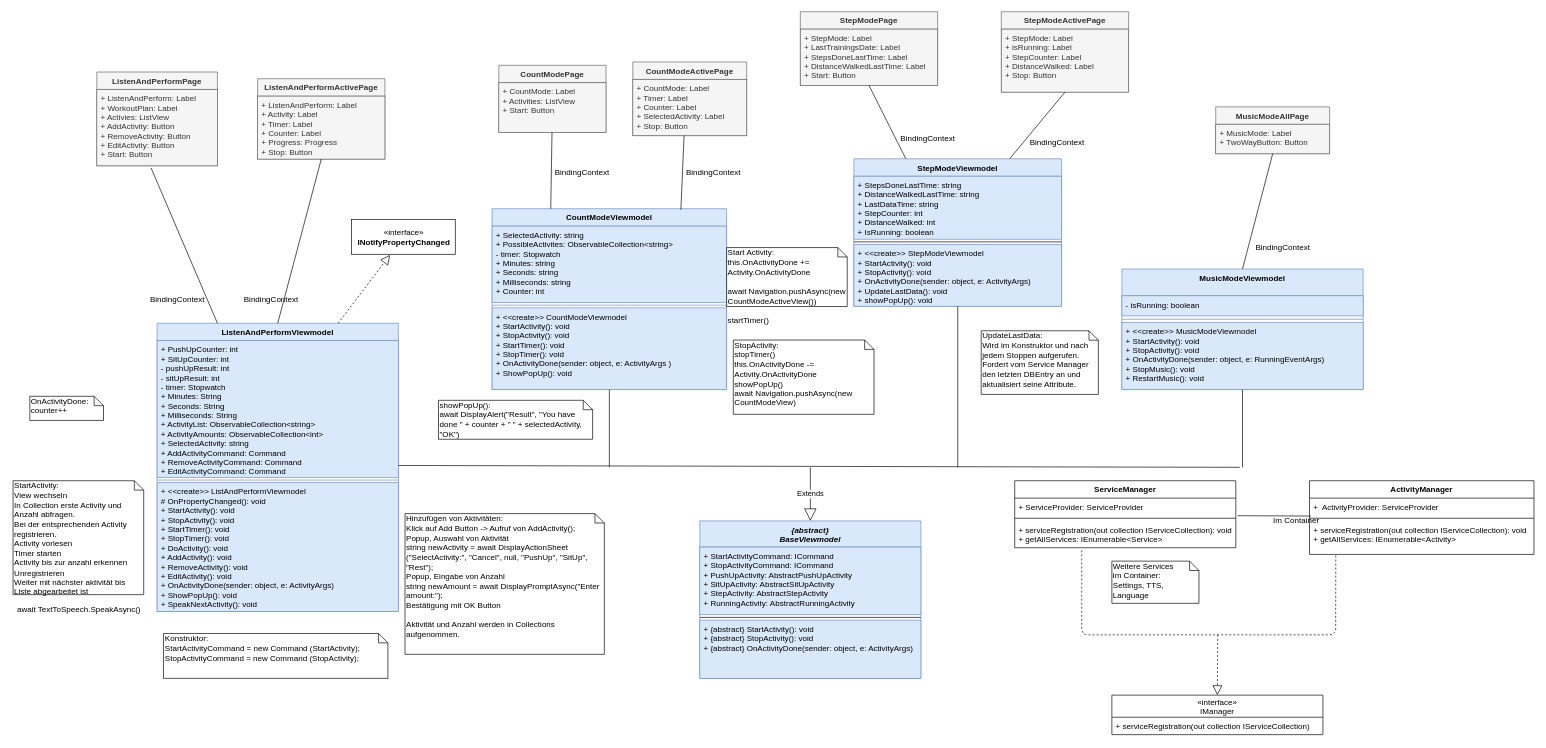
This is Entwurf/WeitereViewmodels.drawio from vlle1/dokumente-earablesKIT, a draw.io file, before an edit. Source tidied: cells renumbered, new cells numbered last; positions are measured from the earlier drawing's top-left corner, leaving out a move shared by most shapes. Both pictures are drawn from the tidied source at 67%, with x=0, y=0 at pixel (11, 11).
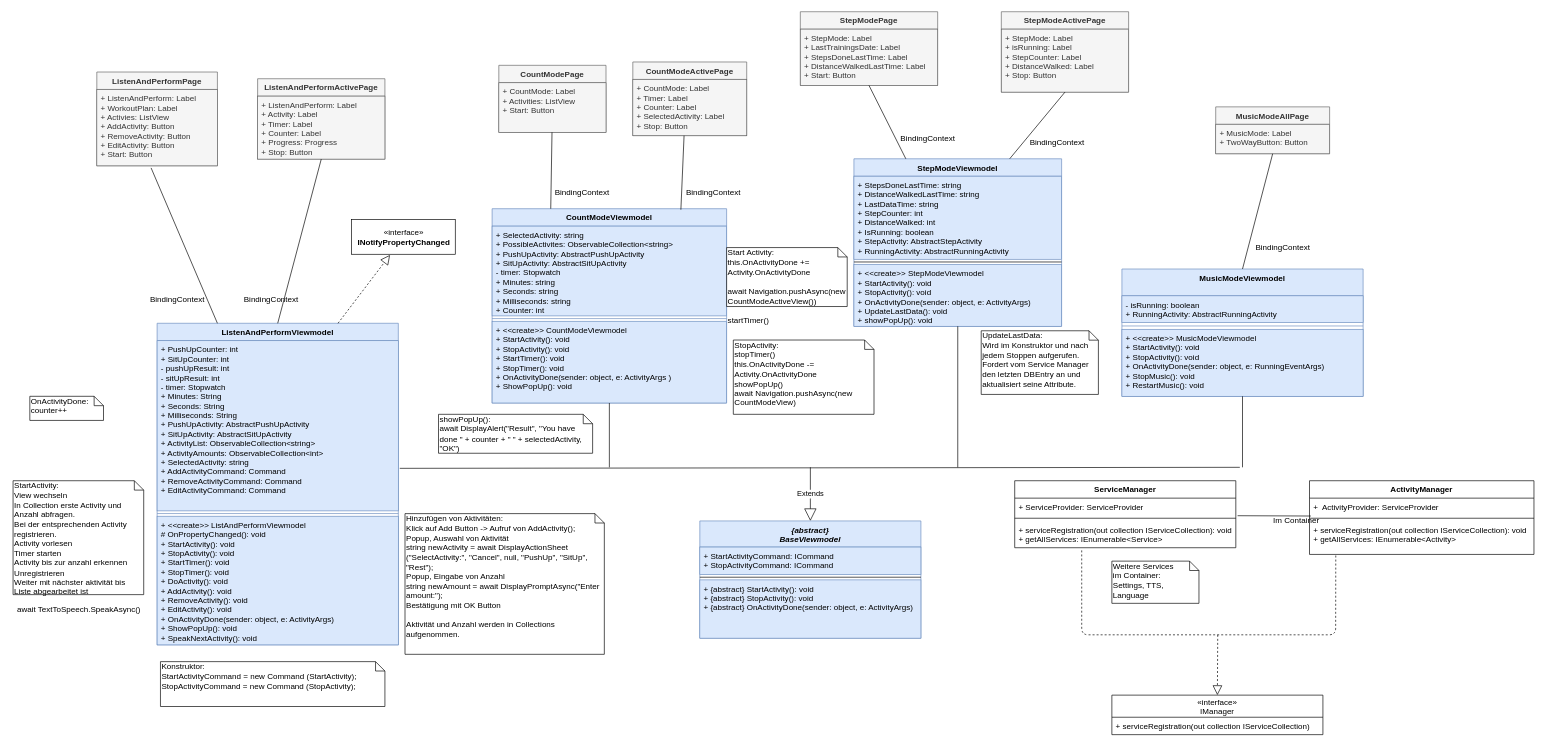
Above is the later version.

Commit message:
Kleine Viewmodel Änderungen

What changed in the source:
```diff
@@
     <mxCell id="2" value="CountModeViewmodel&#10;" style="swimlane;fontStyle=1;align=center;verticalAlign=top;horizontal=1;startSize=26;fillColor=#dae8fc;strokeColor=#6c8ebf;" parent="1" vertex="1">
-      <mxGeometry x="717" y="294" width="350" height="270" as="geometry" />
+      <mxGeometry x="717" y="294" width="350" height="290" as="geometry" />
     </mxCell>
-    <mxCell id="3" value="+ SelectedActivity: string&#10;+ PossibleActivites: ObservableCollection&lt;string&gt;&#10;- timer: Stopwatch&#10;+ Minutes: string&#10;+ Seconds: string&#10;+ Milliseconds: string&#10;+ Counter: int" style="text;strokeColor=#6c8ebf;fillColor=#dae8fc;align=left;verticalAlign=top;spacingLeft=4;spacingRight=4;overflow=hidden;" parent="2" vertex="1">
-      <mxGeometry y="26" width="350" height="114" as="geometry" />
+    <mxCell id="3" value="+ SelectedActivity: string&#10;+ PossibleActivites: ObservableCollection&lt;string&gt;&#10;+ PushUpActivity: AbstractPushUpActivity&#10;+ SitUpActivity: AbstractSitUpActivity&#10;- timer: Stopwatch&#10;+ Minutes: string&#10;+ Seconds: string&#10;+ Milliseconds: string&#10;+ Counter: int" style="text;strokeColor=#6c8ebf;fillColor=#dae8fc;align=left;verticalAlign=top;spacingLeft=4;spacingRight=4;overflow=hidden;" parent="2" vertex="1">
+      <mxGeometry y="26" width="350" height="134" as="geometry" />
     </mxCell>
     <mxCell id="4" style="line;strokeWidth=1;fillColor=#dae8fc;align=left;verticalAlign=middle;spacingTop=-1;spacingLeft=3;spacingRight=3;labelPosition=right;strokeColor=#6c8ebf;" parent="2" vertex="1">
-      <mxGeometry y="140" width="350" height="8" as="geometry" />
+      <mxGeometry y="160" width="350" height="8" as="geometry" />
     </mxCell>
     <mxCell id="5" value="+ &lt;&lt;create&gt;&gt; CountModeViewmodel&#10;+ StartActivity(): void&#10;+ StopActivity(): void&#10;+ StartTimer(): void&#10;+ StopTimer(): void&#10;+ OnActivityDone(sender: object, e: ActivityArgs )&#10;+ ShowPopUp(): void&#10;" style="text;align=left;verticalAlign=top;spacingLeft=4;spacingRight=4;overflow=hidden;fillColor=#dae8fc;strokeColor=#6c8ebf;" parent="2" vertex="1">
-      <mxGeometry y="148" width="350" height="122" as="geometry" />
+      <mxGeometry y="168" width="350" height="122" as="geometry" />
     </mxCell>
@@
     <mxCell id="24" value="MusicModeViewmodel" style="swimlane;fontStyle=1;align=center;verticalAlign=top;horizontal=1;startSize=40;fillColor=#dae8fc;strokeColor=#6c8ebf;" parent="1" vertex="1">
-      <mxGeometry x="1657" y="384" width="360" height="180" as="geometry" />
+      <mxGeometry x="1657" y="384" width="360" height="190" as="geometry" />
     </mxCell>
-    <mxCell id="25" value="- isRunning: boolean&#10;" style="text;strokeColor=#6c8ebf;fillColor=#dae8fc;align=left;verticalAlign=top;spacingLeft=4;spacingRight=4;overflow=hidden;" parent="24" vertex="1">
-      <mxGeometry y="40" width="360" height="30" as="geometry" />
+    <mxCell id="25" value="- isRunning: boolean&#10;+ RunningActivity: AbstractRunningActivity&#10;" style="text;strokeColor=#6c8ebf;fillColor=#dae8fc;align=left;verticalAlign=top;spacingLeft=4;spacingRight=4;overflow=hidden;" parent="24" vertex="1">
+      <mxGeometry y="40" width="360" height="40" as="geometry" />
     </mxCell>
     <mxCell id="26" style="line;strokeWidth=1;fillColor=#dae8fc;align=left;verticalAlign=middle;spacingTop=-1;spacingLeft=3;spacingRight=3;labelPosition=right;strokeColor=#6c8ebf;" parent="24" vertex="1">
-      <mxGeometry y="70" width="360" height="10" as="geometry" />
+      <mxGeometry y="80" width="360" height="10" as="geometry" />
     </mxCell>
     <mxCell id="27" value="+ &lt;&lt;create&gt;&gt; MusicModeViewmodel&#10;+ StartActivity(): void&#10;+ StopActivity(): void&#10;+ OnActivityDone(sender: object, e: RunningEventArgs)&#10;+ StopMusic(): void&#10;+ RestartMusic(): void" style="text;strokeColor=#6c8ebf;fillColor=#dae8fc;align=left;verticalAlign=top;spacingLeft=4;spacingRight=4;overflow=hidden;" parent="24" vertex="1">
-      <mxGeometry y="80" width="360" height="100" as="geometry" />
+      <mxGeometry y="90" width="360" height="100" as="geometry" />
     </mxCell>
     <mxCell id="28" value="StepModeViewmodel" style="swimlane;fontStyle=1;align=center;verticalAlign=top;horizontal=1;startSize=26;fillColor=#dae8fc;strokeColor=#6c8ebf;" parent="1" vertex="1">
-      <mxGeometry x="1257" y="219.5" width="310" height="220" as="geometry" />
+      <mxGeometry x="1257" y="219.5" width="310" height="250" as="geometry" />
     </mxCell>
-    <mxCell id="29" value="+ StepsDoneLastTime: string&#10;+ DistanceWalkedLastTime: string&#10;+ LastDataTime: string&#10;+ StepCounter: int&#10;+ DistanceWalked: int&#10;+ IsRunning: boolean&#10;" style="text;strokeColor=#6c8ebf;fillColor=#dae8fc;align=left;verticalAlign=top;spacingLeft=4;spacingRight=4;overflow=hidden;" parent="28" vertex="1">
-      <mxGeometry y="26" width="310" height="94" as="geometry" />
+    <mxCell id="29" value="+ StepsDoneLastTime: string&#10;+ DistanceWalkedLastTime: string&#10;+ LastDataTime: string&#10;+ StepCounter: int&#10;+ DistanceWalked: int&#10;+ IsRunning: boolean&#10;+ StepActivity: AbstractStepActivity&#10;+ RunningActivity: AbstractRunningActivity&#10;" style="text;strokeColor=#6c8ebf;fillColor=#dae8fc;align=left;verticalAlign=top;spacingLeft=4;spacingRight=4;overflow=hidden;" parent="28" vertex="1">
+      <mxGeometry y="26" width="310" height="124" as="geometry" />
     </mxCell>
     <mxCell id="30" style="line;strokeWidth=1;fillColor=none;align=left;verticalAlign=middle;spacingTop=-1;spacingLeft=3;spacingRight=3;labelPosition=right;" parent="28" vertex="1">
-      <mxGeometry y="120" width="310" height="8" as="geometry" />
+      <mxGeometry y="150" width="310" height="8" as="geometry" />
     </mxCell>
     <mxCell id="31" value="+ &lt;&lt;create&gt;&gt; StepModeViewmodel&#10;+ StartActivity(): void&#10;+ StopActivity(): void&#10;+ OnActivityDone(sender: object, e: ActivityArgs)&#10;+ UpdateLastData(): void&#10;+ showPopUp(): void&#10;" style="text;strokeColor=#6c8ebf;fillColor=#dae8fc;align=left;verticalAlign=top;spacingLeft=4;spacingRight=4;overflow=hidden;" parent="28" vertex="1">
-      <mxGeometry y="128" width="310" height="92" as="geometry" />
+      <mxGeometry y="158" width="310" height="92" as="geometry" />
     </mxCell>
     <mxCell id="32" value="ListenAndPerformViewmodel" style="swimlane;fontStyle=1;align=center;verticalAlign=top;horizontal=1;startSize=26;fillColor=#dae8fc;strokeColor=#6c8ebf;" parent="1" vertex="1">
-      <mxGeometry x="217" y="465" width="360" height="430" as="geometry" />
+      <mxGeometry x="217" y="465" width="360" height="480" as="geometry" />
     </mxCell>
-    <mxCell id="33" value="+ PushUpCounter: int&#10;+ SitUpCounter: int&#10;- pushUpResult: int&#10;- sitUpResult: int&#10;- timer: Stopwatch&#10;+ Minutes: String&#10;+ Seconds: String&#10;+ Milliseconds: String&#10;+ ActivityList: ObservableCollection&lt;string&gt;&#10;+ ActivityAmounts: ObservableCollection&lt;int&gt;&#10;+ SelectedActivity: string&#10;+ AddActivityCommand: Command&#10;+ RemoveActivityCommand: Command&#10;+ EditActivityCommand: Command&#10;" style="text;strokeColor=#6c8ebf;fillColor=#dae8fc;align=left;verticalAlign=top;spacingLeft=4;spacingRight=4;overflow=hidden;points=[[0,0.5],[1,0.5]];portConstraint=eastwest;" parent="32" vertex="1">
-      <mxGeometry y="26" width="360" height="204" as="geometry" />
+    <mxCell id="33" value="+ PushUpCounter: int&#10;+ SitUpCounter: int&#10;- pushUpResult: int&#10;- sitUpResult: int&#10;- timer: Stopwatch&#10;+ Minutes: String&#10;+ Seconds: String&#10;+ Milliseconds: String&#10;+ PushUpActivity: AbstractPushUpActivity&#10;+ SitUpActivity: AbstractSitUpActivity&#10;+ ActivityList: ObservableCollection&lt;string&gt;&#10;+ ActivityAmounts: ObservableCollection&lt;int&gt;&#10;+ SelectedActivity: string&#10;+ AddActivityCommand: Command&#10;+ RemoveActivityCommand: Command&#10;+ EditActivityCommand: Command&#10;" style="text;strokeColor=#6c8ebf;fillColor=#dae8fc;align=left;verticalAlign=top;spacingLeft=4;spacingRight=4;overflow=hidden;points=[[0,0.5],[1,0.5]];portConstraint=eastwest;" parent="32" vertex="1">
+      <mxGeometry y="26" width="360" height="254" as="geometry" />
     </mxCell>
     <mxCell id="34" style="line;strokeWidth=1;fillColor=#dae8fc;align=left;verticalAlign=middle;spacingTop=-1;spacingLeft=3;spacingRight=3;labelPosition=right;strokeColor=#6c8ebf;" parent="32" vertex="1">
-      <mxGeometry y="230" width="360" height="8" as="geometry" />
+      <mxGeometry y="280" width="360" height="8" as="geometry" />
     </mxCell>
     <mxCell id="35" value="+ &lt;&lt;create&gt;&gt; ListAndPerformViewmodel&#10;# OnPropertyChanged(): void&#10;+ StartActivity(): void&#10;+ StopActivity(): void&#10;+ StartTimer(): void&#10;+ StopTimer(): void&#10;+ DoActivity(): void&#10;+ AddActivity(): void&#10;+ RemoveActivity(): void&#10;+ EditActivity(): void&#10;+ OnActivityDone(sender: object, e: ActivityArgs)&#10;+ ShowPopUp(): void&#10;+ SpeakNextActivity(): void" style="text;strokeColor=#6c8ebf;fillColor=#dae8fc;align=left;verticalAlign=top;spacingLeft=4;spacingRight=4;overflow=hidden;" parent="32" vertex="1">
-      <mxGeometry y="238" width="360" height="192" as="geometry" />
+      <mxGeometry y="288" width="360" height="192" as="geometry" />
     </mxCell>
@@
     <mxCell id="38" value="Konstruktor:&lt;br&gt;StartActivityCommand = new Command (StartActivity);&lt;br&gt;StopActivityCommand = new Command (StopActivity);" style="shape=note;whiteSpace=wrap;html=1;size=14;verticalAlign=top;align=left;spacingTop=-6;" parent="1" vertex="1">
-      <mxGeometry x="226.5" y="928" width="335" height="67" as="geometry" />
+      <mxGeometry x="222" y="970" width="335" height="67" as="geometry" />
     </mxCell>
@@
     <mxCell id="40" value="showPopUp():&lt;br&gt;await DisplayAlert(&quot;Result&quot;, &quot;You have done &quot; + counter + &quot; &quot; + selectedActivity, &quot;OK&quot;)" style="shape=note;whiteSpace=wrap;html=1;size=14;verticalAlign=top;align=left;spacingTop=-6;" parent="1" vertex="1">
-      <mxGeometry x="637" y="580" width="230" height="58.1" as="geometry" />
+      <mxGeometry x="637" y="600.9" width="230" height="58.1" as="geometry" />
     </mxCell>
@@
     <mxCell id="49" value="BindingContext" style="text;html=1;align=center;verticalAlign=middle;" parent="1" vertex="1">
-      <mxGeometry x="800.5" y="230" width="100" height="20" as="geometry" />
+      <mxGeometry x="800.5" y="260" width="100" height="20" as="geometry" />
     </mxCell>
@@
     <mxCell id="51" value="BindingContext" style="text;html=1;align=center;verticalAlign=middle;" parent="1" vertex="1">
-      <mxGeometry x="997" y="230" width="100" height="20" as="geometry" />
+      <mxGeometry x="997" y="260" width="100" height="20" as="geometry" />
     </mxCell>
     <mxCell id="52" value="{abstract}&#10;BaseViewmodel" style="swimlane;fontStyle=3;align=center;verticalAlign=top;horizontal=1;startSize=39;fillColor=#dae8fc;strokeColor=#6c8ebf;" parent="1" vertex="1">
-      <mxGeometry x="1027" y="760" width="330" height="235" as="geometry" />
+      <mxGeometry x="1027" y="760" width="330" height="175" as="geometry" />
     </mxCell>
-    <mxCell id="53" value="+ StartActivityCommand: ICommand&#10;+ StopActivityCommand: ICommand&#10;+ PushUpActivity: AbstractPushUpActivity&#10;+ SitUpActivity: AbstractSitUpActivity&#10;+ StepActivity: AbstractStepActivity&#10;+ RunningActivity: AbstractRunningActivity&#10;" style="text;strokeColor=#6c8ebf;fillColor=#dae8fc;align=left;verticalAlign=top;spacingLeft=4;spacingRight=4;overflow=hidden;" parent="52" vertex="1">
-      <mxGeometry y="39" width="330" height="101" as="geometry" />
+    <mxCell id="53" value="+ StartActivityCommand: ICommand&#10;+ StopActivityCommand: ICommand&#10;" style="text;strokeColor=#6c8ebf;fillColor=#dae8fc;align=left;verticalAlign=top;spacingLeft=4;spacingRight=4;overflow=hidden;" parent="52" vertex="1">
+      <mxGeometry y="39" width="330" height="41" as="geometry" />
     </mxCell>
     <mxCell id="54" style="line;strokeWidth=1;fillColor=none;align=left;verticalAlign=middle;spacingTop=-1;spacingLeft=3;spacingRight=3;labelPosition=right;" parent="52" vertex="1">
-      <mxGeometry y="140" width="330" height="8" as="geometry" />
+      <mxGeometry y="80" width="330" height="8" as="geometry" />
     </mxCell>
     <mxCell id="55" value="+ {abstract} StartActivity(): void&#10;+ {abstract} StopActivity(): void&#10;+ {abstract} OnActivityDone(sender: object, e: ActivityArgs)&#10; " style="text;strokeColor=#6c8ebf;fillColor=#dae8fc;align=left;verticalAlign=top;spacingLeft=4;spacingRight=4;overflow=hidden;" parent="52" vertex="1">
-      <mxGeometry y="148" width="330" height="87" as="geometry" />
+      <mxGeometry y="88" width="330" height="87" as="geometry" />
     </mxCell>
@@
-    <mxCell id="57" style="endArrow=none;html=1;exitX=1;exitY=0.913;exitDx=0;exitDy=0;exitPerimeter=0;" parent="1" edge="1" source="33">
+    <mxCell id="57" style="endArrow=none;html=1;exitX=1.006;exitY=0.75;exitDx=0;exitDy=0;exitPerimeter=0;" parent="1" edge="1" source="33">
       <mxGeometry relative="1" as="geometry">
         <mxPoint x="1833" y="680" as="targetPoint" />
       </mxGeometry>
     </mxCell>
```
